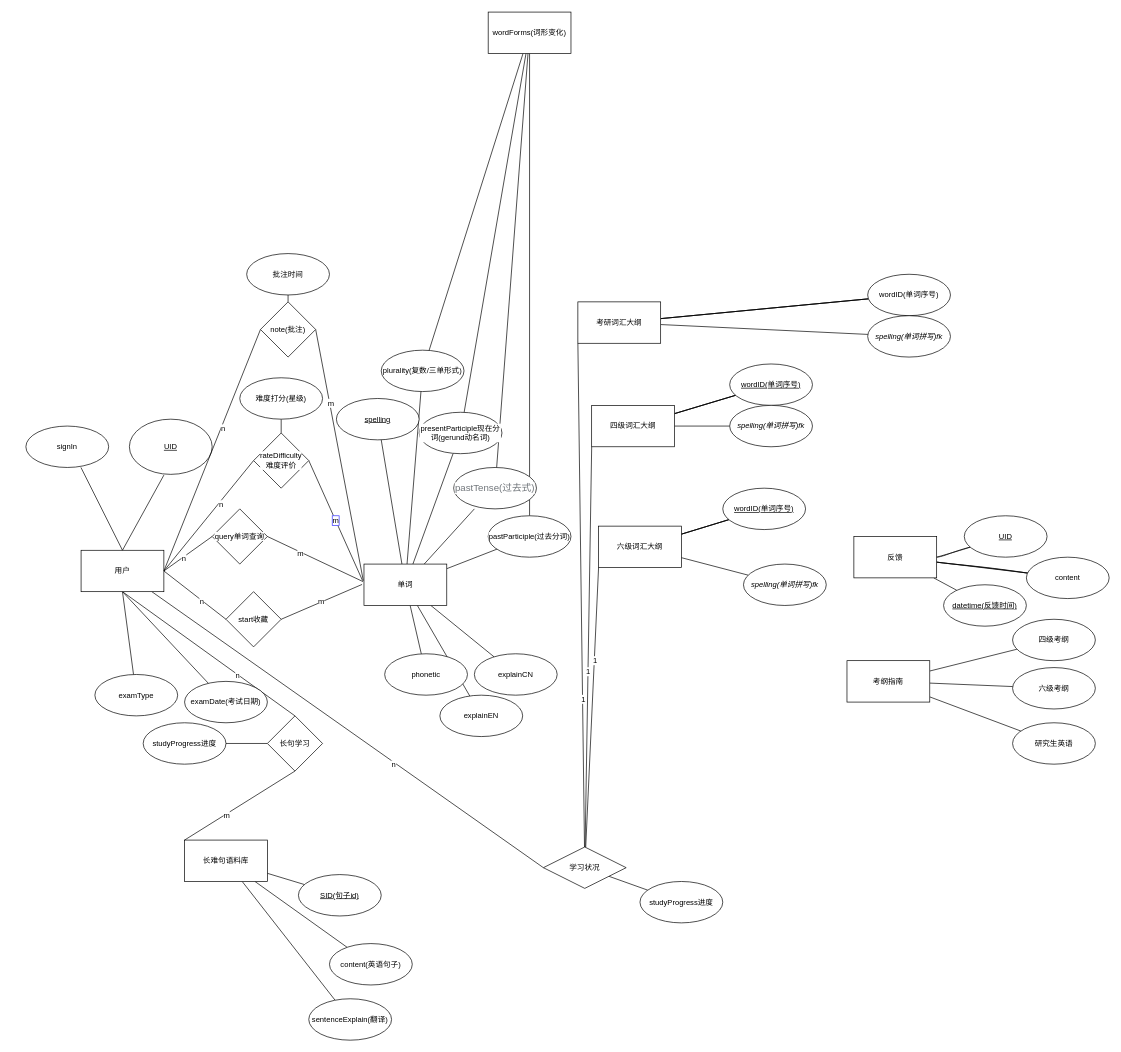
The draw.io diagram page "Page-1" (1 of 2) of databaseDesign/ER.dio in MaterialSharing/docs, before the edit. Source tidied: cells renumbered, new cells numbered last; positions are measured from the earlier drawing's top-left corner, leaving out a move shared by most shapes. Both pictures are drawn from the tidied source at 69%, with x=0, y=0 at pixel (26, 12).
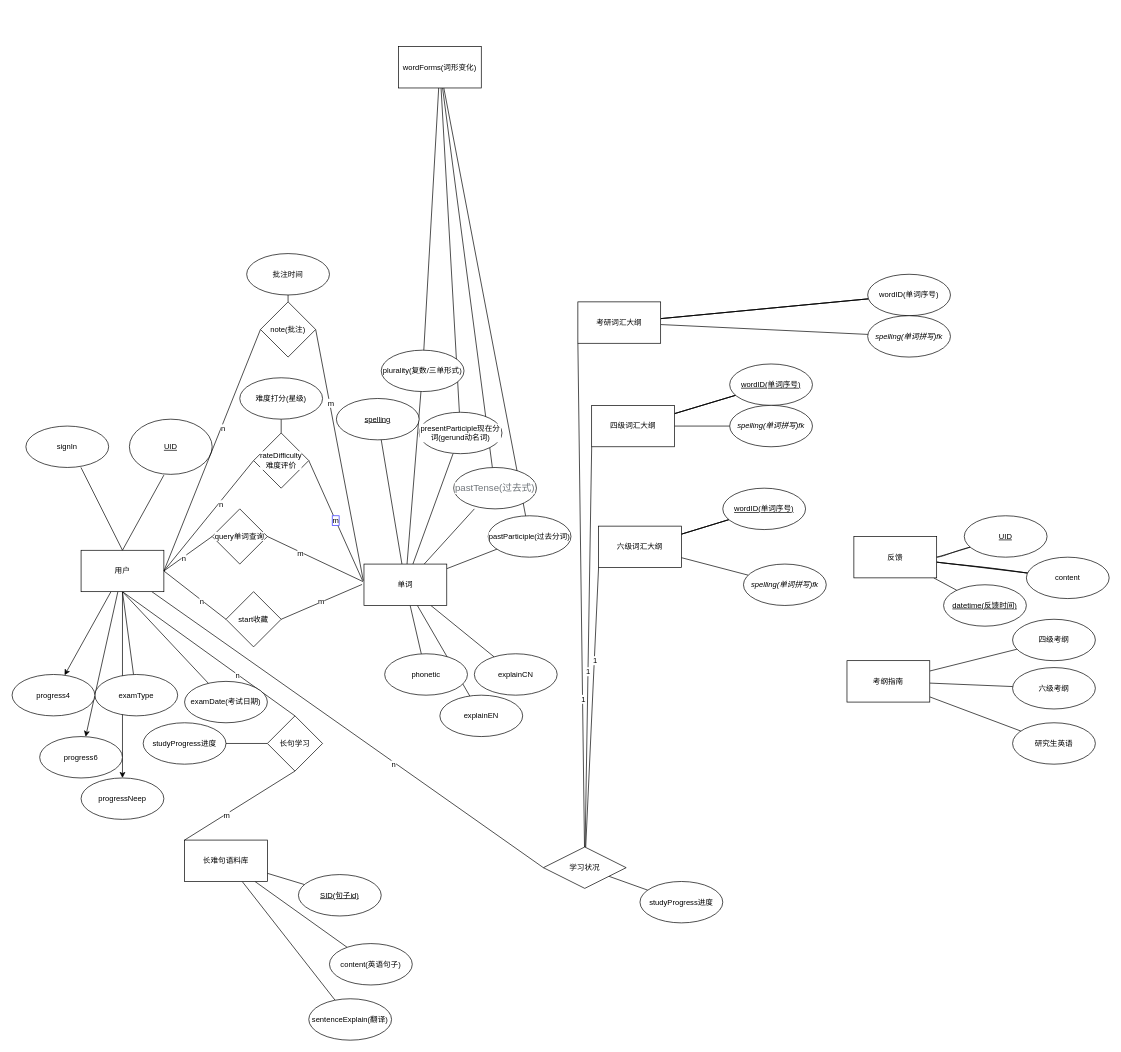
The same diagram, later.

Unchanged cells that the change refers to:
```xml
<mxCell id="15" value="用户" style="rounded=0;whiteSpace=wrap;html=1;labelBackgroundColor=default;endArrow=none;fontSize=11;endFill=0;sourcePerimeterSpacing=0;targetPerimeterSpacing=0;endSize=0;startSize=0;shadow=0;sketch=0;" parent="1" vertex="1">
  <mxGeometry x="80" y="780" width="120" height="60" as="geometry" />
</mxCell>
```

What changed in the source:
```diff
@@
+    <mxCell id="116" style="edgeStyle=none;html=1;" parent="1" edge="1" source="15" target="119">
+      <mxGeometry relative="1" as="geometry" />
+    </mxCell>
+    <mxCell id="117" style="edgeStyle=none;html=1;" parent="1" edge="1" source="15" target="120">
+      <mxGeometry relative="1" as="geometry" />
+    </mxCell>
+    <mxCell id="118" style="edgeStyle=none;html=1;" parent="1" edge="1" source="15" target="121">
+      <mxGeometry relative="1" as="geometry" />
+    </mxCell>
@@
     <mxCell id="41" value="wordForms(词形变化)" style="whiteSpace=wrap;html=1;rounded=0;labelBackgroundColor=default;endArrow=none;fontSize=11;endFill=0;sourcePerimeterSpacing=0;targetPerimeterSpacing=0;endSize=0;startSize=0;shadow=0;sketch=0;" parent="1" vertex="1">
-      <mxGeometry x="670" width="120" height="60" as="geometry" />
+      <mxGeometry x="540" y="50" width="120" height="60" as="geometry" />
     </mxCell>
@@
+    <mxCell id="119" value="progress4" style="ellipse;whiteSpace=wrap;html=1;fontSize=11;rounded=0;labelBackgroundColor=default;endArrow=none;endFill=0;sourcePerimeterSpacing=0;targetPerimeterSpacing=0;endSize=0;startSize=0;shadow=0;sketch=0;" parent="1" vertex="1">
+      <mxGeometry x="-20" y="960" width="120" height="60" as="geometry" />
+    </mxCell>
+    <mxCell id="120" value="progress6" style="ellipse;whiteSpace=wrap;html=1;fontSize=11;rounded=0;labelBackgroundColor=default;endArrow=none;endFill=0;sourcePerimeterSpacing=0;targetPerimeterSpacing=0;endSize=0;startSize=0;shadow=0;sketch=0;" parent="1" vertex="1">
+      <mxGeometry x="20" y="1050" width="120" height="60" as="geometry" />
+    </mxCell>
+    <mxCell id="121" value="progressNeep" style="ellipse;whiteSpace=wrap;html=1;fontSize=11;rounded=0;labelBackgroundColor=default;endArrow=none;endFill=0;sourcePerimeterSpacing=0;targetPerimeterSpacing=0;endSize=0;startSize=0;shadow=0;sketch=0;" parent="1" vertex="1">
+      <mxGeometry x="80" y="1110" width="120" height="60" as="geometry" />
+    </mxCell>
```
